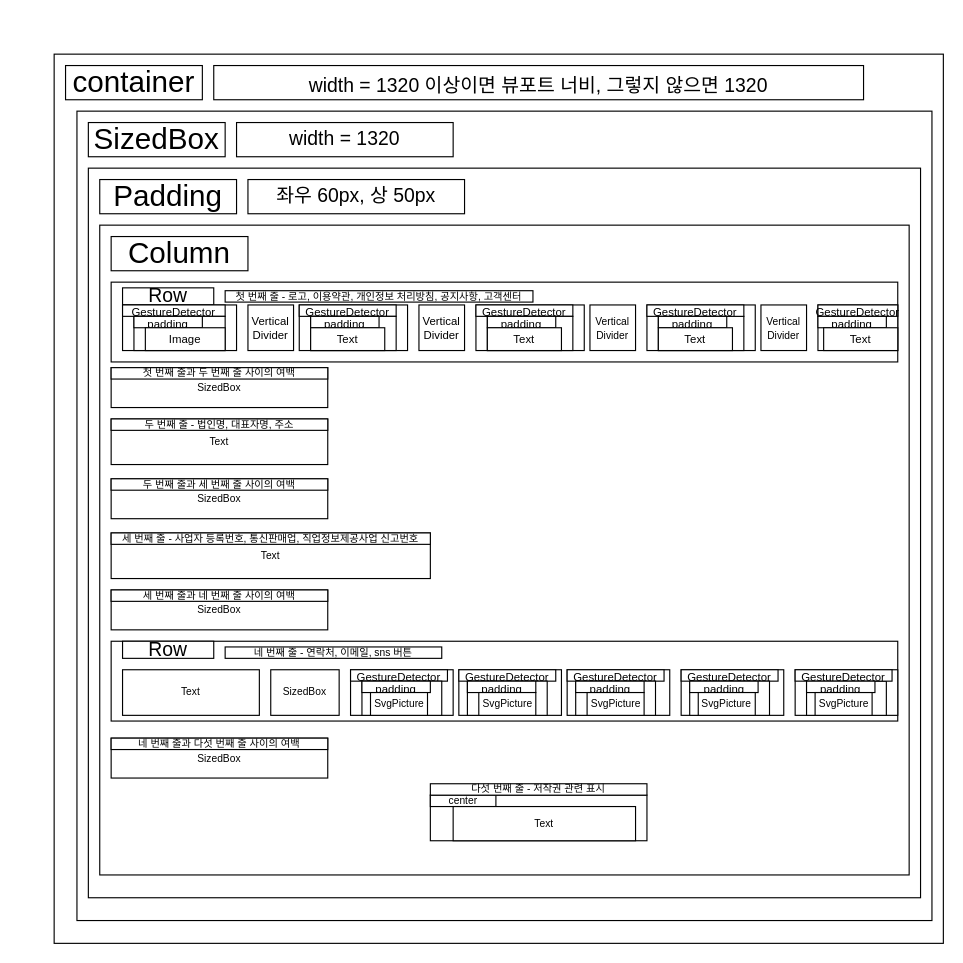
The draw.io diagram Untitled Diagram.drawio in hkseo98/boiler-plate, before the edit. Source tidied: cells renumbered, new cells numbered last; positions are measured from the earlier drawing's top-left corner, leaving out a move shared by most shapes. Both pictures are drawn from the tidied source at 114%, with x=0, y=0 at pixel (54, 54).
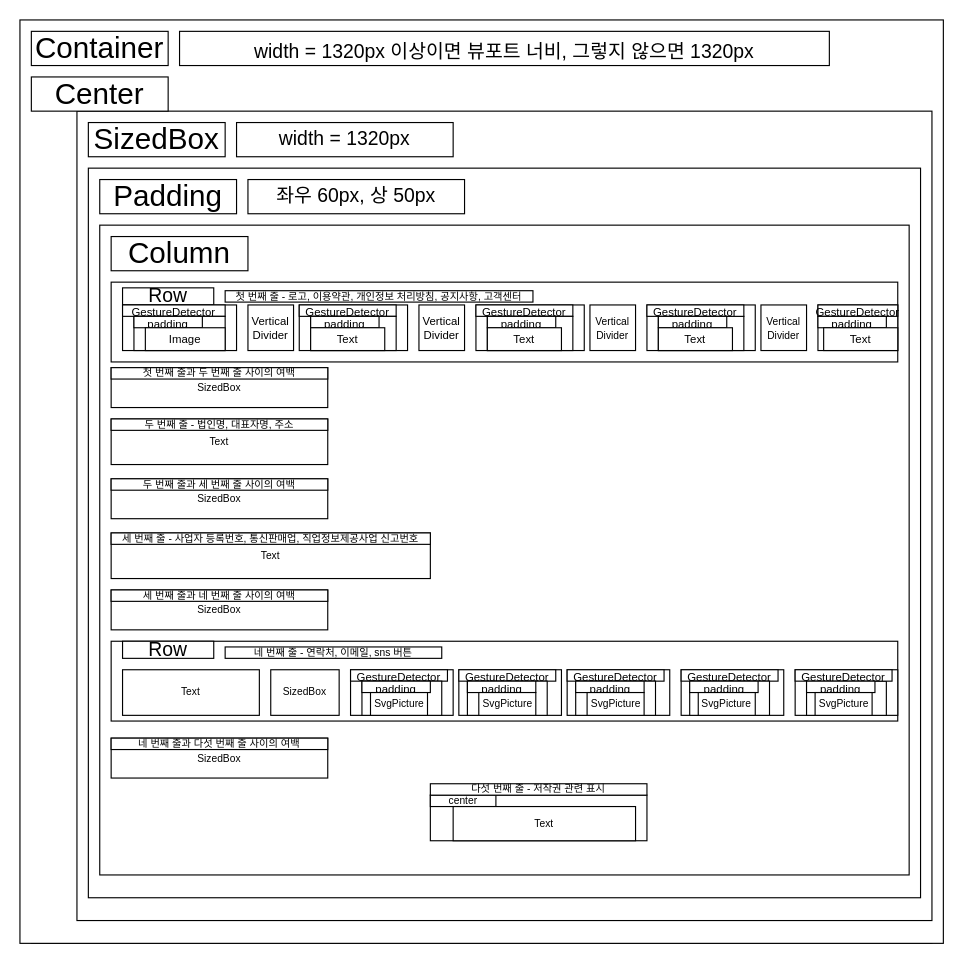
The same diagram, later.

Diff of the diagram source:
```diff
@@
+    <mxCell id="91" style="rounded=0;whiteSpace=wrap;html=1;fontSize=9;" parent="1" vertex="1">
+      <mxGeometry x="-20" y="20" width="790" height="760" as="geometry" />
+    </mxCell>
@@
     <mxCell id="3" style="whiteSpace=wrap;html=1;" parent="1" vertex="1">
-      <mxGeometry width="780" height="780" as="geometry" />
+      <mxGeometry x="-30" y="-30" width="810" height="810" as="geometry" />
     </mxCell>
-    <mxCell id="4" value="&lt;font style=&quot;font-size: 26px&quot;&gt;container&lt;/font&gt;" style="rounded=0;whiteSpace=wrap;html=1;" parent="1" vertex="1">
-      <mxGeometry x="10" y="10" width="120" height="30" as="geometry" />
+    <mxCell id="4" value="&lt;font style=&quot;font-size: 26px&quot;&gt;Container&lt;/font&gt;" style="rounded=0;whiteSpace=wrap;html=1;" parent="1" vertex="1">
+      <mxGeometry x="-20" y="-20" width="120" height="30" as="geometry" />
     </mxCell>
@@
-    <mxCell id="7" value="&lt;font style=&quot;font-size: 17px&quot;&gt;width = 1320 이상이면 뷰포트 너비, 그렇지 않으면 1320&lt;/font&gt;" style="rounded=0;whiteSpace=wrap;html=1;fontSize=26;" parent="1" vertex="1">
-      <mxGeometry x="140" y="10" width="570" height="30" as="geometry" />
+    <mxCell id="7" value="&lt;font style=&quot;font-size: 17px&quot;&gt;width = 1320px 이상이면 뷰포트 너비, 그렇지 않으면 1320px&lt;/font&gt;" style="rounded=0;whiteSpace=wrap;html=1;fontSize=26;" parent="1" vertex="1">
+      <mxGeometry x="110" y="-20" width="570" height="30" as="geometry" />
     </mxCell>
-    <mxCell id="8" value="width = 1320" style="rounded=0;whiteSpace=wrap;html=1;fontSize=17;" parent="1" vertex="1">
+    <mxCell id="8" value="width = 1320px" style="rounded=0;whiteSpace=wrap;html=1;fontSize=17;" parent="1" vertex="1">
       <mxGeometry x="160" y="60" width="190" height="30" as="geometry" />
     </mxCell>
@@
+    <mxCell id="92" value="&lt;span style=&quot;font-size: 26px&quot;&gt;Center&lt;/span&gt;" style="rounded=0;whiteSpace=wrap;html=1;" parent="1" vertex="1">
+      <mxGeometry x="-20" y="20" width="120" height="30" as="geometry" />
+    </mxCell>
```
